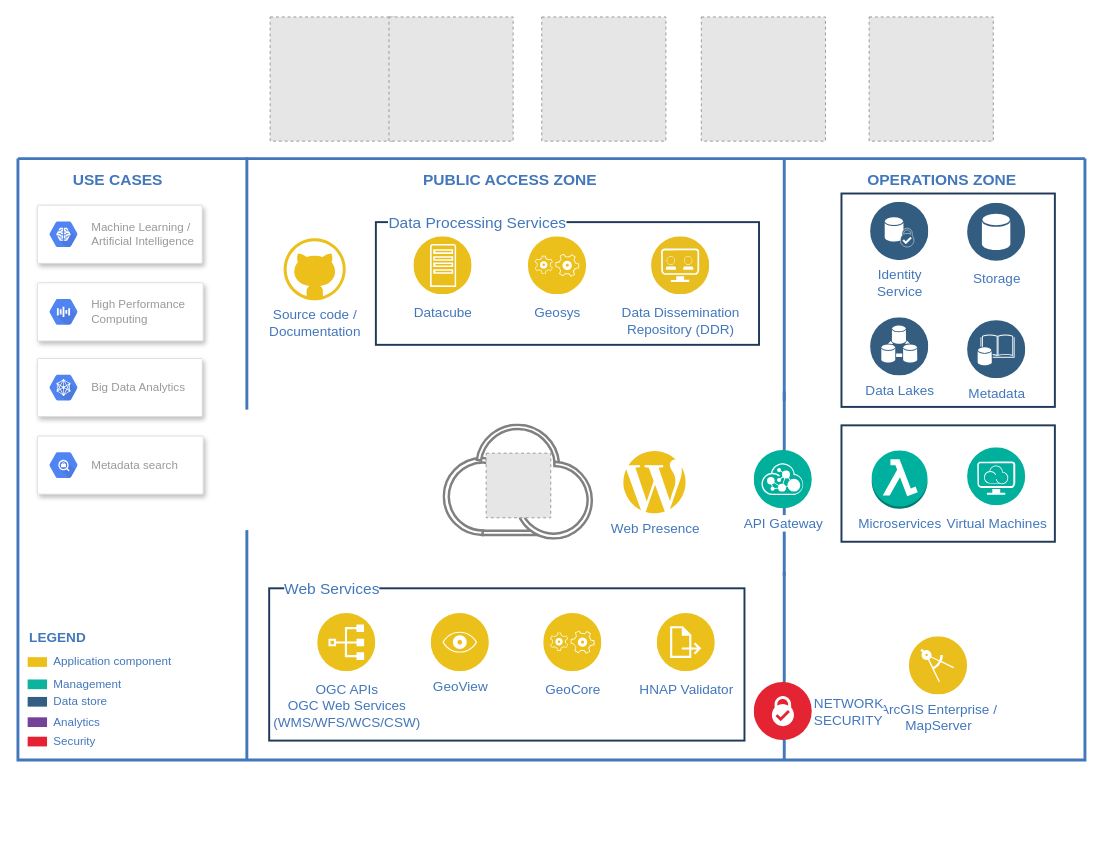
Before: assets/future_state.drawio in bo-lu/geoca_developers_page, a draw.io diagram. Source tidied: cells renumbered, new cells numbered last; positions are measured from the earlier drawing's top-left corner, leaving out a move shared by most shapes. Both pictures are drawn from the tidied source at 97%, with x=0, y=0 at pixel (17, 16). Pictures stored in the file or linked from it are replaced by grey dashed boxes.
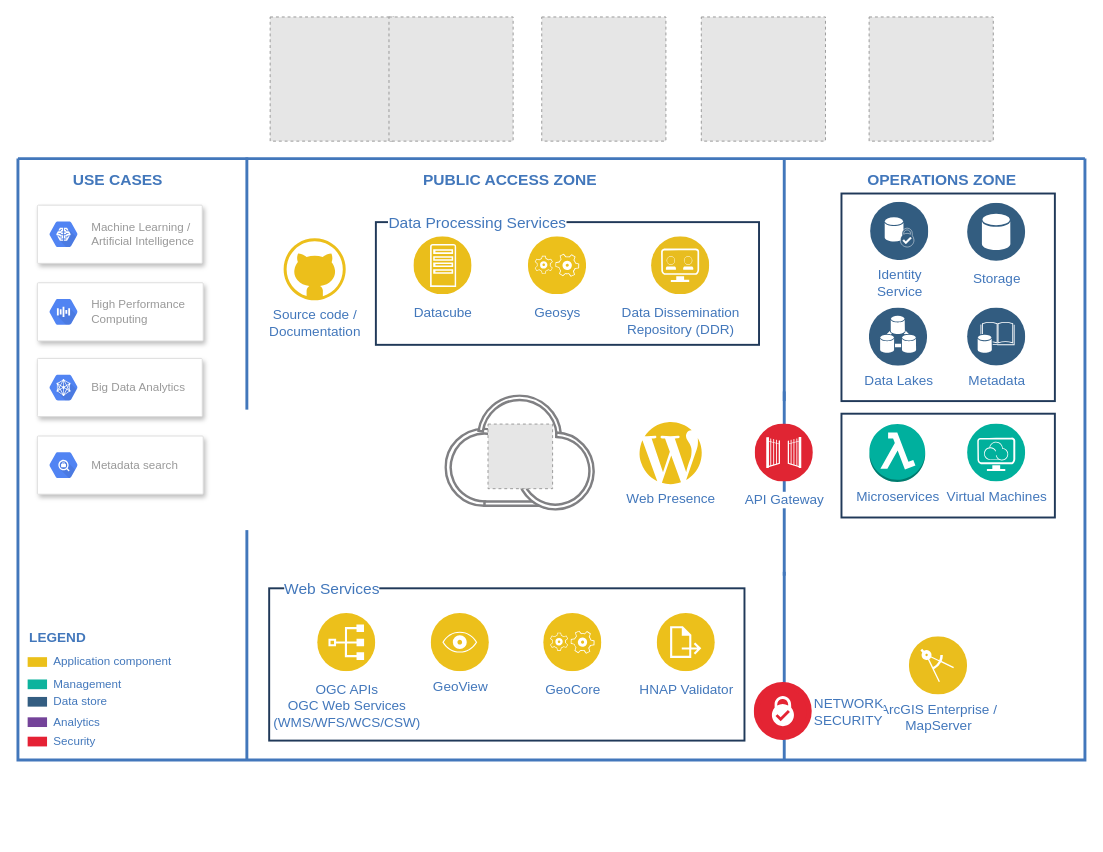
The same diagram, later.

Unchanged cells that the change refers to:
```xml
<mxCell id="2" style="swimlane;shadow=0;strokeColor=#4277BB;fontColor=#4277BB;align=right;startSize=0;strokeWidth=3;fillColor=#ECBF1B;fontSize=14;" parent="1" vertex="1">
  <mxGeometry y="146" width="1100" height="620" as="geometry" />
</mxCell>
```

The edit, as a diff of the source:
```diff
@@
     <mxCell id="3" style="rounded=0;whiteSpace=wrap;html=1;labelBackgroundColor=#FFFFFF;strokeColor=#203959;strokeWidth=2;fillColor=none;fontSize=14;fontColor=#4277BB;" parent="2" vertex="1">
-      <mxGeometry x="849" y="36" width="220" height="220" as="geometry" />
+      <mxGeometry x="849" y="36" width="220" height="214" as="geometry" />
     </mxCell>
     <mxCell id="4" style="rounded=0;whiteSpace=wrap;html=1;labelBackgroundColor=#FFFFFF;strokeColor=#203959;strokeWidth=2;fillColor=none;fontSize=14;fontColor=#4277BB;" parent="2" vertex="1">
-      <mxGeometry x="849" y="275" width="220" height="120" as="geometry" />
+      <mxGeometry x="849" y="263" width="220" height="107" as="geometry" />
     </mxCell>
@@
-    <mxCell id="7" style="edgeStyle=elbowEdgeStyle;rounded=0;elbow=vertical;html=1;exitX=0;exitY=0.5;entryX=0;entryY=0.5;labelBackgroundColor=#ffffff;startArrow=classic;startFill=1;startSize=4;endArrow=none;endFill=0;endSize=4;jettySize=auto;orthogonalLoop=1;strokeColor=#4277BB;strokeWidth=2;fontSize=12;fontColor=#4277BB;" parent="2" edge="1">
-      <mxGeometry relative="1" as="geometry">
-        <mxPoint x="219.4" y="690" as="sourcePoint" />
-        <mxPoint x="219.4" y="690" as="targetPoint" />
-      </mxGeometry>
-    </mxCell>
@@
     <mxCell id="17" value="&lt;div style=&quot;font-size: 14px&quot;&gt;&lt;font style=&quot;font-size: 14px&quot; color=&quot;#4277BB&quot;&gt;&lt;font style=&quot;font-size: 14px&quot;&gt;Microservices&lt;/font&gt;&lt;br&gt;&lt;/font&gt;&lt;/div&gt;" style="dashed=0;verticalLabelPosition=bottom;verticalAlign=top;align=center;html=1;shape=mxgraph.aws3.lambda_function;gradientColor=none;fillColor=#00b09e;" parent="2" vertex="1">
-      <mxGeometry x="880.2" y="301" width="57.5" height="60" as="geometry" />
+      <mxGeometry x="877.8" y="273.5" width="57.5" height="60" as="geometry" />
     </mxCell>
@@
     <mxCell id="26" value="&lt;font style=&quot;font-size: 14px&quot;&gt;Metadata&lt;/font&gt;" style="perimeter=ellipsePerimeter;html=1;align=center;shadow=0;dashed=0;image;image=img/lib/ibm/data/enterprise_data.svg;labelBackgroundColor=#ffffff;strokeColor=#666666;strokeWidth=2;fillColor=#C2952D;gradientColor=none;fontSize=12;fontColor=#4277BB;" parent="2" vertex="1">
-      <mxGeometry x="979" y="167" width="60" height="60" as="geometry" />
+      <mxGeometry x="979" y="154" width="60" height="60" as="geometry" />
     </mxCell>
@@
     <mxCell id="28" value="&lt;font style=&quot;font-size: 14px&quot;&gt;Data Lakes&lt;/font&gt;" style="perimeter=ellipsePerimeter;html=1;align=center;shadow=0;dashed=0;image;image=img/lib/ibm/data/device_registry.svg;labelBackgroundColor=#ffffff;strokeColor=#666666;strokeWidth=2;fillColor=#C2952D;gradientColor=none;fontSize=12;fontColor=#4277BB;" parent="2" vertex="1">
-      <mxGeometry x="879" y="164" width="60" height="60" as="geometry" />
+      <mxGeometry x="877.8" y="154" width="60" height="60" as="geometry" />
     </mxCell>
@@
-    <mxCell id="33" value="&lt;br&gt;&lt;div&gt;&lt;br&gt;&lt;/div&gt;" style="perimeter=ellipsePerimeter;html=1;align=center;shadow=0;dashed=0;image;image=img/lib/ibm/miscellaneous/ibm_public_cloud.svg;labelBackgroundColor=#ffffff;strokeColor=#666666;strokeWidth=2;fillColor=#C2952D;gradientColor=none;fontSize=12;fontColor=#4277BB;" parent="2" vertex="1">
-      <mxGeometry x="438.1" y="273.5" width="155.8" height="120" as="geometry" />
-    </mxCell>
-    <mxCell id="34" style="group;" parent="2" vertex="1">
-      <mxGeometry x="389" y="317.5" width="155.8" height="120" as="geometry" />
-    </mxCell>
-    <mxCell id="35" style="fillColor=#E6E6E6;strokeColor=#999999;dashed=1;verticalLabelPosition=bottom;verticalAlign=top;" parent="34" vertex="1">
-      <mxGeometry x="93.7" y="-13.8" width="66.6" height="66.6" as="geometry" />
-    </mxCell>
@@
-    <mxCell id="41" value="&lt;font style=&quot;font-size: 14px&quot;&gt;Virtual Machines&lt;/font&gt;" style="perimeter=ellipsePerimeter;html=1;align=center;shadow=0;dashed=0;fontColor=#4277BB;labelBackgroundColor=#ffffff;fontSize=12;spacingTop=3;image;image=img/lib/ibm/management/provider_cloud_portal_service.svg;fillColor=#ECBF1B;" parent="2" vertex="1">
-      <mxGeometry x="979" y="298" width="60" height="60" as="geometry" />
+    <mxCell id="41" value="&lt;font style=&quot;font-size: 14px&quot;&gt;Virtual Machines&lt;/font&gt;" style="perimeter=ellipsePerimeter;html=1;align=center;shadow=0;dashed=0;fontColor=#4277BB;labelBackgroundColor=#ffffff;fontSize=12;spacingTop=0;image;image=img/lib/ibm/management/provider_cloud_portal_service.svg;fillColor=#ECBF1B;" parent="2" vertex="1">
+      <mxGeometry x="979" y="273.5" width="60" height="60" as="geometry" />
     </mxCell>
@@
-    <mxCell id="45" value="&lt;font style=&quot;font-size: 14px&quot; color=&quot;#4277BB&quot;&gt;Web Presence&lt;/font&gt;" style="dashed=0;html=1;align=center;labelPosition=center;verticalLabelPosition=bottom;verticalAlign=top;shape=mxgraph.weblogos.wordpress;strokeColor=none;fillColor=#ecbf1b;" parent="2" vertex="1">
-      <mxGeometry x="623.3" y="300.8" width="66.6" height="65.4" as="geometry" />
-    </mxCell>
-    <mxCell id="46" value="&lt;font style=&quot;font-size: 14px&quot;&gt;API Gateway&lt;/font&gt;" style="perimeter=ellipsePerimeter;html=1;align=center;shadow=0;dashed=0;image;image=img/lib/ibm/management/api_management.svg;labelBackgroundColor=#ffffff;strokeColor=#666666;strokeWidth=2;fillColor=#C2952D;gradientColor=none;fontSize=12;fontColor=#4277BB;" parent="2" vertex="1">
-      <mxGeometry x="759" y="301" width="60" height="60" as="geometry" />
-    </mxCell>
@@
+    <mxCell id="46" value="&lt;font style=&quot;font-size: 14px&quot;&gt;API Gateway&lt;/font&gt;" style="perimeter=ellipsePerimeter;html=1;align=center;shadow=0;dashed=0;fontColor=#4277BB;labelBackgroundColor=#ffffff;fontSize=12;spacingTop=3;image;image=img/lib/ibm/security/gateway.svg;strokeColor=#203959;strokeWidth=2;fillColor=none;" parent="2" vertex="1">
+      <mxGeometry x="760" y="273.5" width="60" height="60" as="geometry" />
+    </mxCell>
+    <mxCell id="33" value="&lt;br&gt;&lt;div&gt;&lt;br&gt;&lt;/div&gt;" style="perimeter=ellipsePerimeter;html=1;align=center;shadow=0;dashed=0;image;image=img/lib/ibm/miscellaneous/ibm_public_cloud.svg;labelBackgroundColor=#ffffff;strokeColor=#666666;strokeWidth=2;fillColor=#C2952D;gradientColor=none;fontSize=12;fontColor=#4277BB;" parent="2" vertex="1">
+      <mxGeometry x="440" y="243.5" width="155.8" height="120" as="geometry" />
+    </mxCell>
+    <mxCell id="35" style="fillColor=#E6E6E6;strokeColor=#999999;dashed=1;verticalLabelPosition=bottom;verticalAlign=top;" parent="2" vertex="1">
+      <mxGeometry x="484.6" y="273.7" width="66.6" height="66.6" as="geometry" />
+    </mxCell>
+    <mxCell id="45" value="&lt;font style=&quot;font-size: 14px&quot; color=&quot;#4277BB&quot;&gt;Web Presence&lt;/font&gt;" style="dashed=0;html=1;align=center;labelPosition=center;verticalLabelPosition=bottom;verticalAlign=top;shape=mxgraph.weblogos.wordpress;strokeColor=none;fillColor=#ecbf1b;" parent="2" vertex="1">
+      <mxGeometry x="640" y="270.8" width="66.6" height="65.4" as="geometry" />
+    </mxCell>
```
